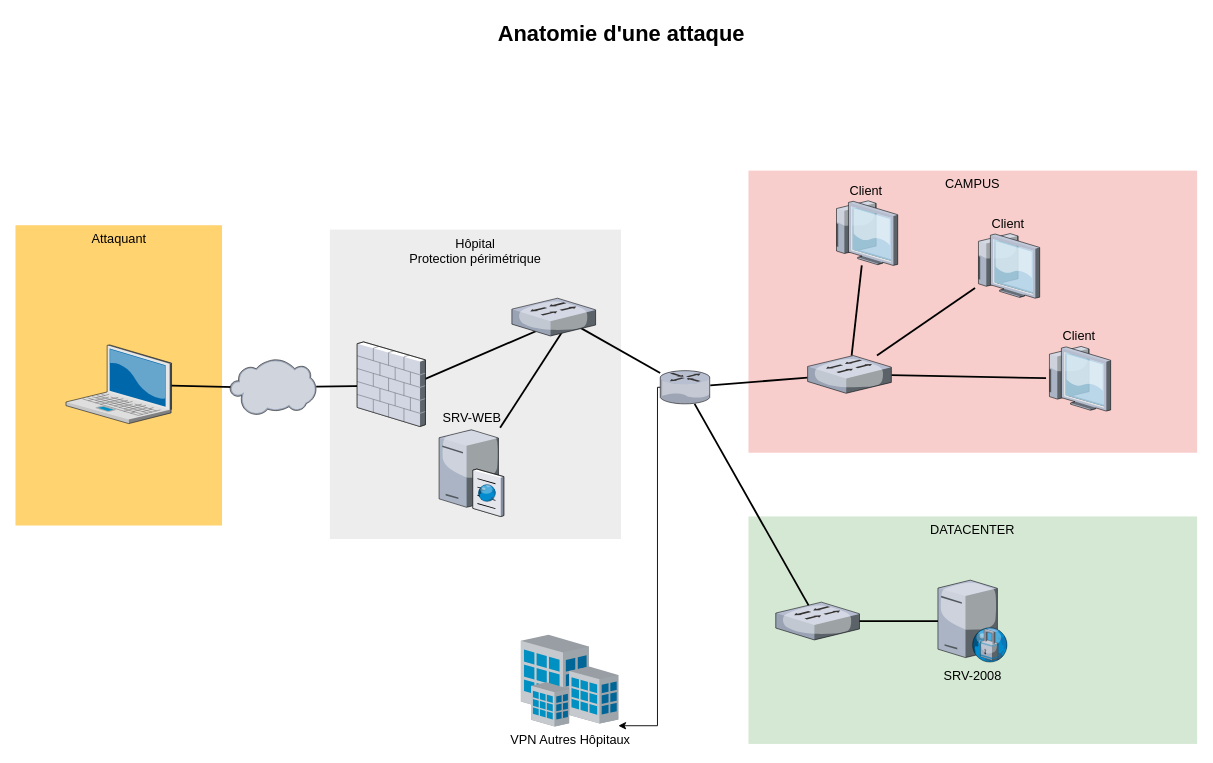
Earlier version of the draw.io diagram anatomie-attack.drawio (ebsd/drawio). Source tidied: cells renumbered, new cells numbered last; positions are measured from the earlier drawing's top-left corner, leaving out a move shared by most shapes. Both pictures are drawn from the tidied source at 91%, with x=0, y=0 at pixel (15, 15).
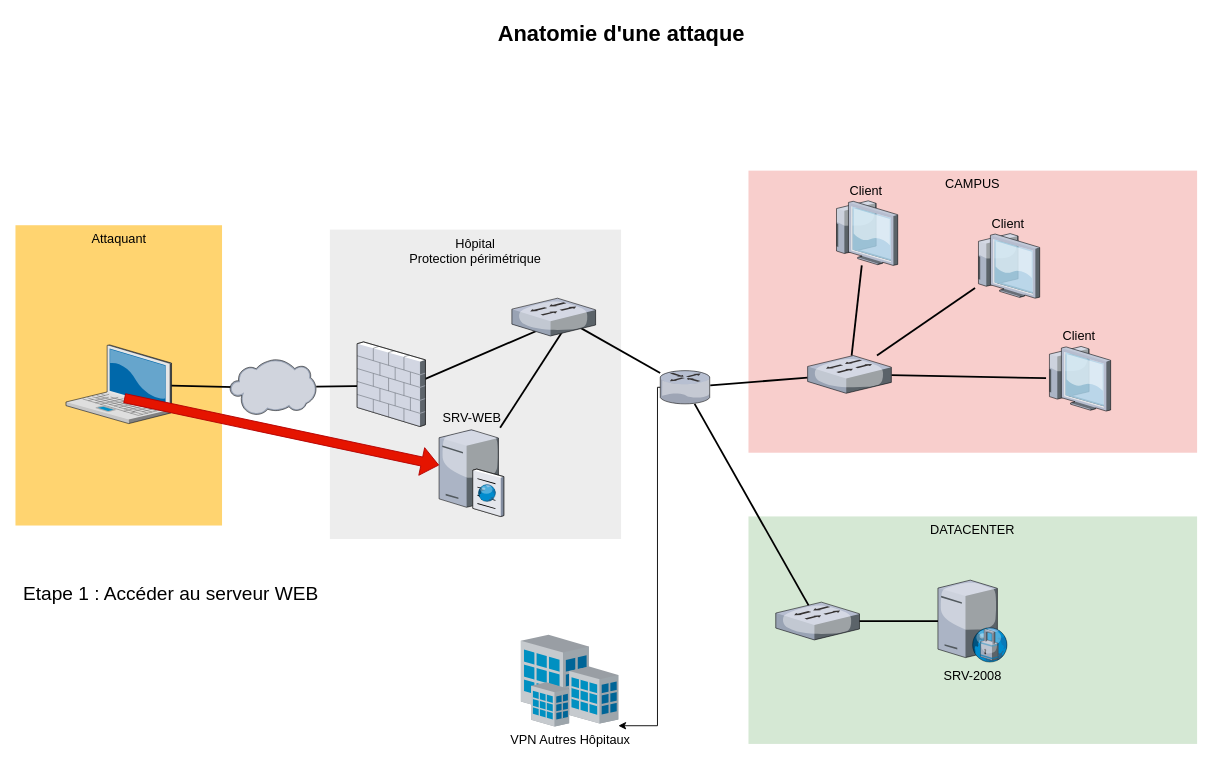
The same diagram, later.

Unchanged cells that the change refers to:
```xml
<mxCell id="7" style="verticalLabelPosition=bottom;html=1;verticalAlign=top;strokeColor=none;shape=mxgraph.citrix.laptop_2;fillColor=#66B2FF;gradientColor=#0066CC;fontSize=14;" parent="1" vertex="1">
  <mxGeometry x="56" y="361.5" width="116" height="86.5" as="geometry" />
</mxCell>
<mxCell id="11" value="SRV-WEB" style="verticalLabelPosition=top;html=1;verticalAlign=bottom;strokeColor=none;shape=mxgraph.citrix.cache_server;fillColor=#66B2FF;gradientColor=#0066CC;fontSize=14;labelPosition=center;align=center;" parent="1" vertex="1">
  <mxGeometry x="466" y="452.5" width="71" height="97.5" as="geometry" />
</mxCell>
```

The edit, as a diff of the source:
```diff
@@
+    <mxCell id="32" style="shape=flexArrow;endArrow=classic;html=1;rounded=0;exitX=0.552;exitY=0.676;exitDx=0;exitDy=0;exitPerimeter=0;fillColor=#e51400;strokeColor=#B20000;" parent="1" edge="1" source="7" target="11">
+      <mxGeometry relative="1" as="geometry" />
+    </mxCell>
+    <mxCell id="33" value="&lt;font style=&quot;font-size: 21px;&quot;&gt;Etape 1 : Accéder au serveur WEB&lt;/font&gt;" style="text;html=1;align=center;verticalAlign=middle;fillColor=none;strokeColor=none;rounded=0;" parent="1" vertex="1">
+      <mxGeometry x="0.5" y="624.2" width="340" height="20" as="geometry" />
+    </mxCell>
```
